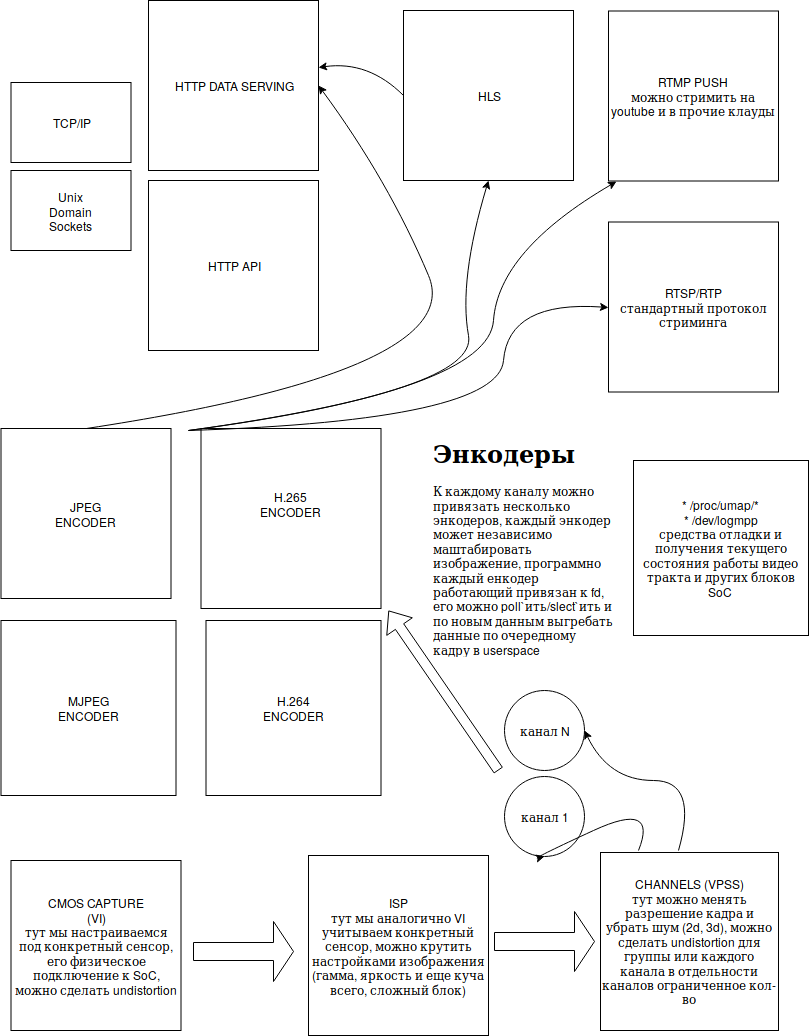
nikitos1550/hi3519v101_go keeps this draw.io diagram as application_architecture.png. Above is the earlier version. Source tidied: cells renumbered, new cells last; positions are measured from the earlier drawing's top-left corner, leaving out a move shared by most shapes.
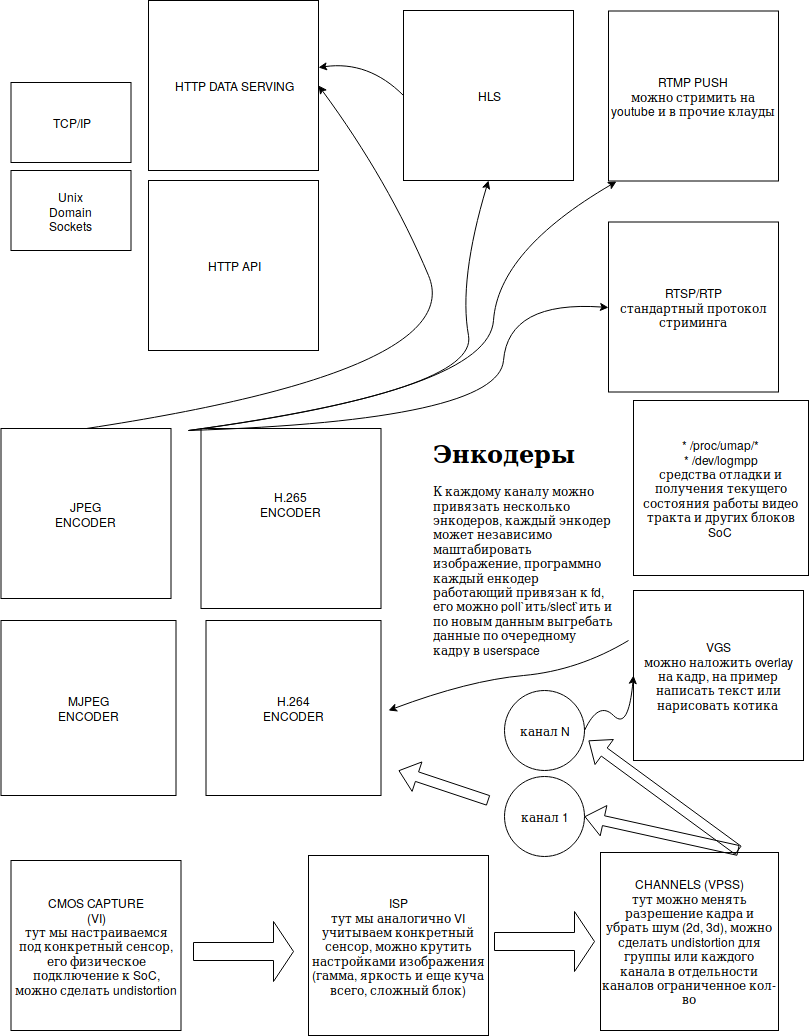
Above is the later version.

Change to the diagram source:
```diff
@@ -45,7 +45,7 @@
       <mxGeometry x="403" y="10" width="170" height="170" as="geometry" />
     </mxCell>
     <mxCell id="16" value="&lt;div&gt;* /proc/umap/*&lt;/div&gt;&lt;div&gt;* /dev/logmpp&lt;/div&gt;&lt;div&gt;средства отладки и получения текущего состояния работы видео тракта и других блоков SoC&lt;br&gt;&lt;/div&gt;" style="whiteSpace=wrap;html=1;" parent="1" vertex="1">
-      <mxGeometry x="633" y="460" width="175" height="175" as="geometry" />
+      <mxGeometry x="633" y="400" width="175" height="175" as="geometry" />
     </mxCell>
     <mxCell id="17" style="shape=singleArrow;whiteSpace=wrap;html=1;" parent="1" vertex="1">
       <mxGeometry x="494" y="911" width="100" height="60" as="geometry" />
@@ -61,28 +61,10 @@
     </mxCell>
     <mxCell id="21" style="shape=flexArrow;endArrow=classic;html=1;" parent="1" edge="1">
       <mxGeometry relative="1" as="geometry">
-        <mxPoint x="498" y="770" as="sourcePoint" />
-        <mxPoint x="388" y="610" as="targetPoint" />
+        <mxPoint x="488" y="800" as="sourcePoint" />
+        <mxPoint x="398" y="770" as="targetPoint" />
       </mxGeometry>
     </mxCell>
-    <mxCell id="22" style="curved=1;endArrow=classic;html=1;entryX=0.5;entryY=1;entryDx=0;entryDy=0;" parent="1" edge="1" target="19">
-      <mxGeometry relative="1" as="geometry">
-        <mxPoint x="638" y="850" as="sourcePoint" />
-        <Array as="points">
-          <mxPoint x="658" y="800" />
-          <mxPoint x="528" y="860" />
-        </Array>
-      </mxGeometry>
-    </mxCell>
-    <mxCell id="23" style="curved=1;endArrow=classic;html=1;entryX=1;entryY=0.5;entryDx=0;entryDy=0;" parent="1" edge="1" target="20">
-      <mxGeometry relative="1" as="geometry">
-        <mxPoint x="678" y="850" as="sourcePoint" />
-        <Array as="points">
-          <mxPoint x="698" y="780" />
-          <mxPoint x="608" y="780" />
-        </Array>
-      </mxGeometry>
-    </mxCell>
     <mxCell id="24" value="&lt;h1&gt;Энкодеры&lt;/h1&gt;&lt;div&gt;К каждому каналу можно привязать несколько энкодеров, каждый энкодер может независимо маштабировать изображение, программно каждый енкодер работающий привязан к fd, его можно poll`ить/slect`ить и по новым данным выгребать данные по очередному кадру в userspace&lt;br&gt;&lt;/div&gt;" style="text;html=1;strokeColor=none;fillColor=none;spacing=5;spacingTop=-20;whiteSpace=wrap;overflow=hidden;rounded=0;" parent="1" vertex="1">
       <mxGeometry x="428" y="432.5" width="190" height="230" as="geometry" />
     </mxCell>
@@ -128,5 +110,37 @@
         </Array>
       </mxGeometry>
     </mxCell>
+    <mxCell id="30" style="shape=flexArrow;endArrow=classic;html=1;entryX=1;entryY=0.5;entryDx=0;entryDy=0;" parent="1" edge="1" target="19">
+      <mxGeometry relative="1" as="geometry">
+        <mxPoint x="738" y="850" as="sourcePoint" />
+      </mxGeometry>
+    </mxCell>
+    <mxCell id="31" style="shape=flexArrow;endArrow=classic;html=1;" parent="1" edge="1">
+      <mxGeometry relative="1" as="geometry">
+        <mxPoint x="738" y="850" as="sourcePoint" />
+        <mxPoint x="588" y="740" as="targetPoint" />
+      </mxGeometry>
+    </mxCell>
+    <mxCell id="32" value="&lt;div&gt;VGS&lt;/div&gt;&lt;div&gt;можно наложить overlay на кадр, на пример написать текст или нарисовать котика&lt;br&gt;&lt;/div&gt;" style="whiteSpace=wrap;html=1;" parent="1" vertex="1">
+      <mxGeometry x="633" y="590" width="170" height="170" as="geometry" />
+    </mxCell>
+    <mxCell id="33" style="curved=1;endArrow=classic;html=1;exitX=1;exitY=0.5;exitDx=0;exitDy=0;entryX=0;entryY=0.5;entryDx=0;entryDy=0;" parent="1" edge="1" source="20" target="32">
+      <mxGeometry relative="1" as="geometry">
+        <Array as="points">
+          <mxPoint x="598" y="700" />
+          <mxPoint x="628" y="730" />
+        </Array>
+      </mxGeometry>
+    </mxCell>
+    <mxCell id="34" style="curved=1;endArrow=classic;html=1;" parent="1" edge="1">
+      <mxGeometry relative="1" as="geometry">
+        <mxPoint x="628" y="640" as="sourcePoint" />
+        <mxPoint x="388" y="710" as="targetPoint" />
+        <Array as="points">
+          <mxPoint x="578" y="670" />
+          <mxPoint x="468" y="680" />
+        </Array>
+      </mxGeometry>
+    </mxCell>
   </root>
 </mxGraphModel>
```
